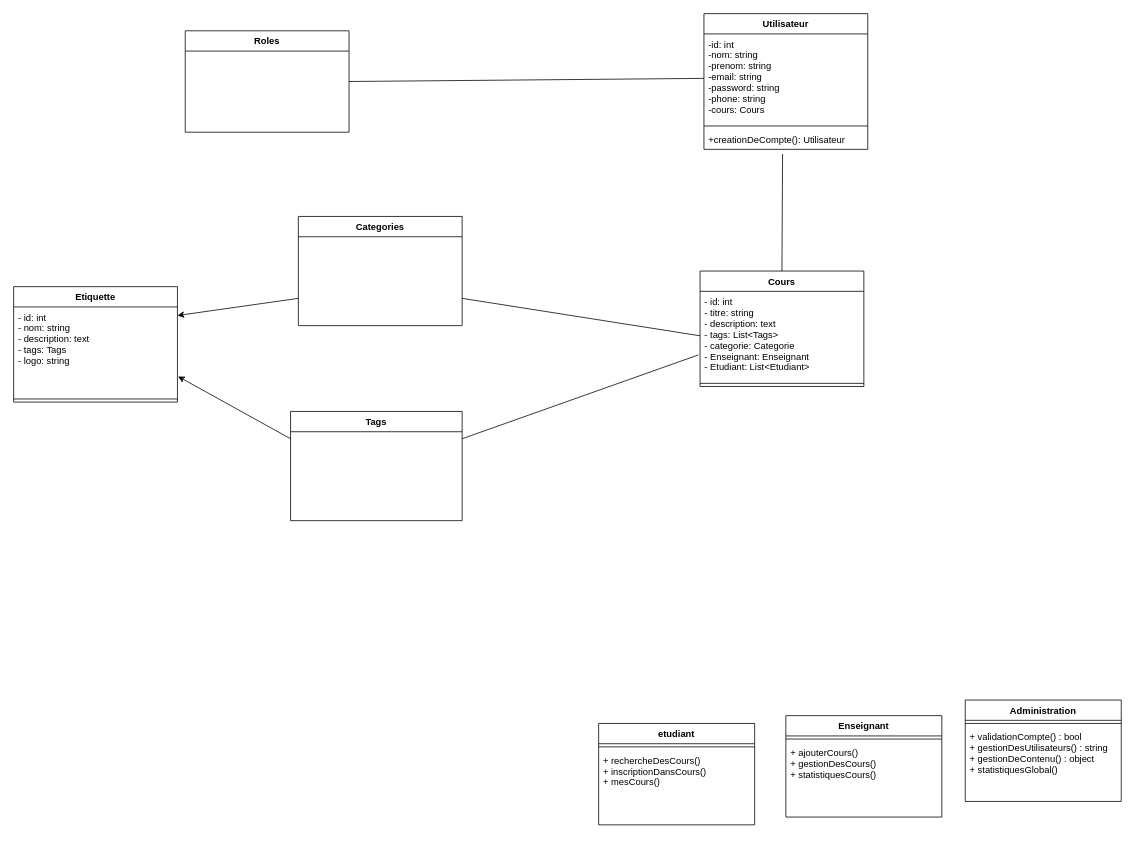
yassir346/YouDemia keeps this draw.io diagram as Conceptions/Diagramme_de_classes.dio. Above is the earlier version. Source tidied: cells renumbered, new cells numbered last; positions are measured from the earlier drawing's top-left corner, leaving out a move shared by most shapes. Both pictures are drawn from the tidied source at 78%, with x=0, y=0 at pixel (13, 13).
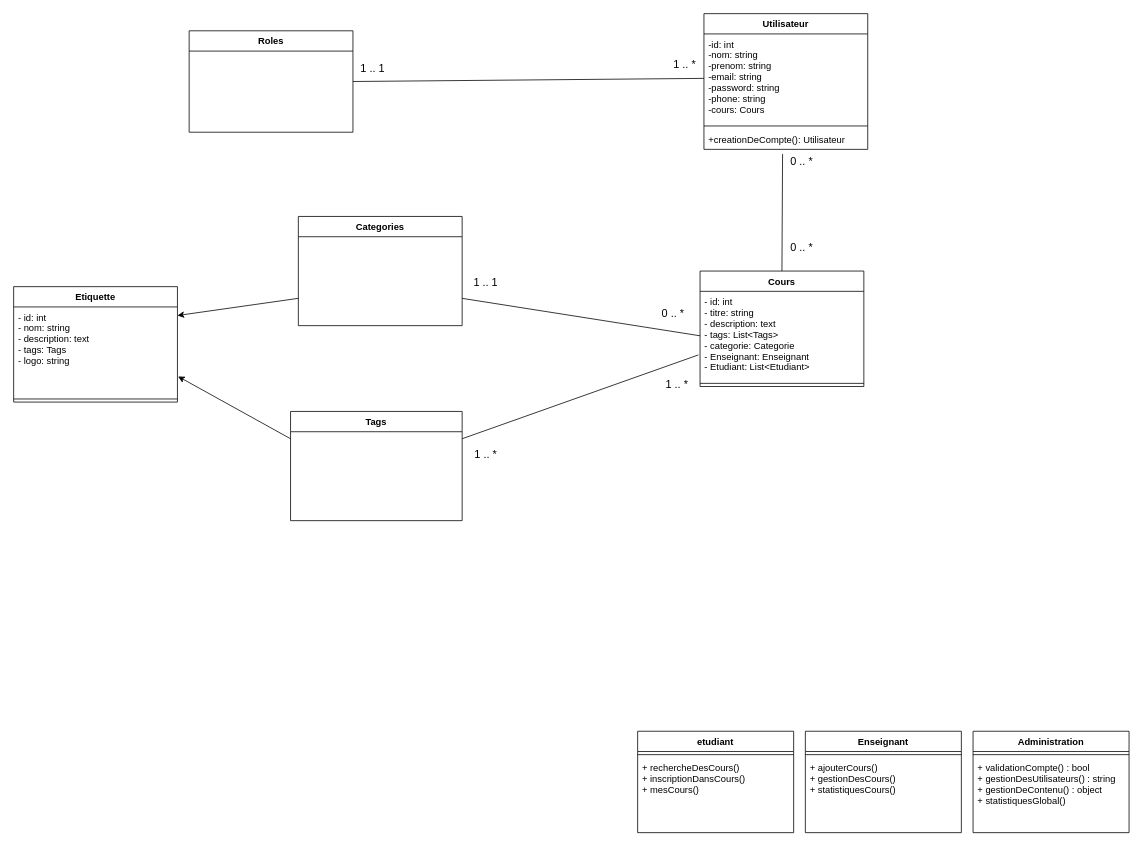
The same diagram, later.

Commit message (it also covers changes not shown here):
Ajout de la methode magic Call

What changed in the source:
```diff
@@
     <mxCell id="6" value="Administration" style="swimlane;fontStyle=1;align=center;verticalAlign=top;horizontal=1;startSize=26;" parent="1" vertex="1">
-      <mxGeometry x="1220" y="880" width="200" height="130" as="geometry" />
+      <mxGeometry x="1230" y="920" width="200" height="130" as="geometry" />
     </mxCell>
@@
     <mxCell id="9" value="etudiant" style="swimlane;fontStyle=1;align=center;verticalAlign=top;horizontal=1;startSize=26;" parent="1" vertex="1">
-      <mxGeometry x="750" y="910" width="200" height="130" as="geometry" />
+      <mxGeometry x="800" y="920" width="200" height="130" as="geometry" />
     </mxCell>
@@
     <mxCell id="12" value="Enseignant" style="swimlane;fontStyle=1;align=center;verticalAlign=top;horizontal=1;startSize=26;" parent="1" vertex="1">
-      <mxGeometry x="990" y="900" width="200" height="130" as="geometry" />
+      <mxGeometry x="1015" y="920" width="200" height="130" as="geometry" />
     </mxCell>
@@
     <mxCell id="23" value="Roles" style="swimlane;fontStyle=1;align=center;verticalAlign=top;horizontal=1;startSize=26;" parent="1" vertex="1">
-      <mxGeometry x="220" y="22" width="210" height="130" as="geometry" />
+      <mxGeometry x="225" y="22" width="210" height="130" as="geometry" />
     </mxCell>
@@
+    <mxCell id="30" value="&lt;font style=&quot;font-size: 14px;&quot;&gt;1 .. 1&lt;/font&gt;" style="text;html=1;align=center;verticalAlign=middle;strokeColor=none;fillColor=none;" parent="1" vertex="1">
+      <mxGeometry x="435" y="55" width="50" height="30" as="geometry" />
+    </mxCell>
+    <mxCell id="31" value="&lt;font style=&quot;font-size: 14px;&quot;&gt;1 .. *&lt;/font&gt;" style="text;html=1;align=center;verticalAlign=middle;strokeColor=none;fillColor=none;" parent="1" vertex="1">
+      <mxGeometry x="835" y="50" width="50" height="30" as="geometry" />
+    </mxCell>
+    <mxCell id="32" value="0 .. *" style="text;html=1;align=center;verticalAlign=middle;strokeColor=none;fillColor=none;fontSize=14;" parent="1" vertex="1">
+      <mxGeometry x="985" y="175" width="50" height="30" as="geometry" />
+    </mxCell>
+    <mxCell id="33" value="0 .. *" style="text;html=1;align=center;verticalAlign=middle;strokeColor=none;fillColor=none;fontSize=14;" parent="1" vertex="1">
+      <mxGeometry x="985" y="285" width="50" height="30" as="geometry" />
+    </mxCell>
+    <mxCell id="34" value="&lt;font style=&quot;font-size: 14px;&quot;&gt;1 .. 1&lt;/font&gt;" style="text;html=1;align=center;verticalAlign=middle;strokeColor=none;fillColor=none;" parent="1" vertex="1">
+      <mxGeometry x="580" y="330" width="50" height="30" as="geometry" />
+    </mxCell>
+    <mxCell id="35" value="0 .. *" style="text;html=1;align=center;verticalAlign=middle;strokeColor=none;fillColor=none;fontSize=14;" parent="1" vertex="1">
+      <mxGeometry x="820" y="370" width="50" height="30" as="geometry" />
+    </mxCell>
+    <mxCell id="36" value="&lt;font style=&quot;font-size: 14px;&quot;&gt;1 .. *&lt;/font&gt;" style="text;html=1;align=center;verticalAlign=middle;strokeColor=none;fillColor=none;" parent="1" vertex="1">
+      <mxGeometry x="580" y="550" width="50" height="30" as="geometry" />
+    </mxCell>
+    <mxCell id="37" value="&lt;font style=&quot;font-size: 14px;&quot;&gt;1 .. *&lt;/font&gt;" style="text;html=1;align=center;verticalAlign=middle;strokeColor=none;fillColor=none;" parent="1" vertex="1">
+      <mxGeometry x="825" y="460" width="50" height="30" as="geometry" />
+    </mxCell>
```
